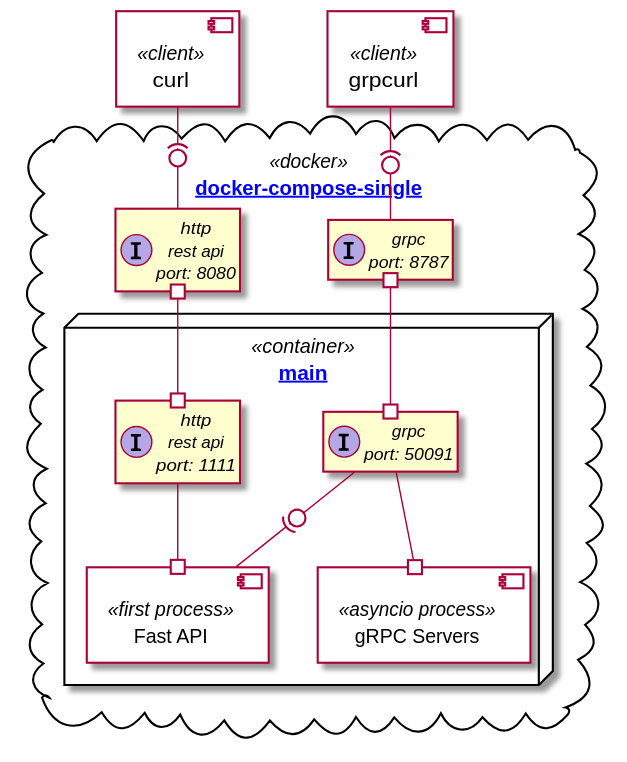
Earlier version of the PlantUML export adr/day1/deploy-singl.svg (arootcom/grpc-fastapi).
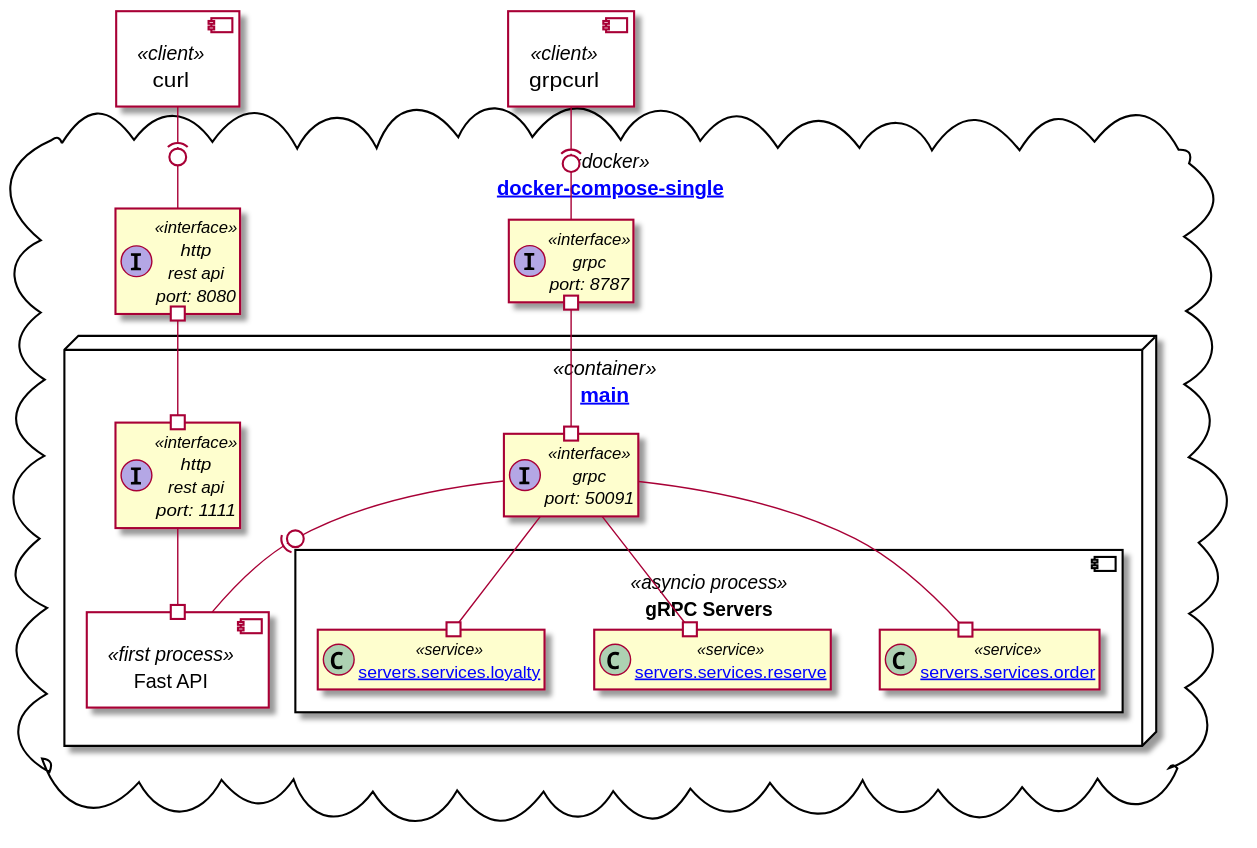
The same file after the commit.

Commit message:
~ deploy single

What changed in the source:
```diff
@@ -2,6 +2,7 @@
 
 
 hide empty members
+allowmixing
 
 component curl <<client>> {
 }
@@ -10,17 +11,17 @@
 }
 
 cloud docker as "[[https://github.com/arootcom/grpc-fastapi/blob/day1/docker-compose-singl.yaml docker-compose-single]]" <<docker>> {
-    interface local_http as "http\nrest api\nport: 8080"
+    interface local_http as "http\nrest api\nport: 8080" <<interface>>
     curl -(0- local_http
 
-    interface local_grpc as "grpc\nport: 8787"
+    interface local_grpc as "grpc\nport: 8787" <<interface>>
     grpcurl -(0- local_grpc
 
     node main as "[[https://github.com/arootcom/grpc-fastapi/blob/day1/app/main.py main]]" <<container>> {
-        interface http as "http\nrest api\nport: 1111"
+        interface http as "http\nrest api\nport: 1111" <<interface>>
         local_http #--# http
 
-        interface grpc as "grpc\nport: 50091"
+        interface grpc as "grpc\nport: 50091" <<interface>>
         local_grpc #--# grpc
 
         component api as "Fast API" <<first process>> {
@@ -28,8 +29,13 @@
         http --# api
 
         component server as "gRPC Servers" <<asyncio process>> {
+            class orders as "[[https://github.com/arootcom/grpc-fastapi/blob/day1/app/servers/services/order.py servers.services.order]]" <<service>>
+            class reserve as "[[https://github.com/arootcom/grpc-fastapi/blob/day1/app/servers/services/reserve.py servers.services.reserve]]" <<service>>
+            class loyalty as "[[https://github.com/arootcom/grpc-fastapi/blob/day1/app/servers/services/loyalty.py servers.services.loyalty]]" <<service>>
         }
-        grpc --# server
+        grpc --# orders
+        grpc --# reserve
+        grpc --# loyalty
         grpc -0)- api
     }
 }
```
